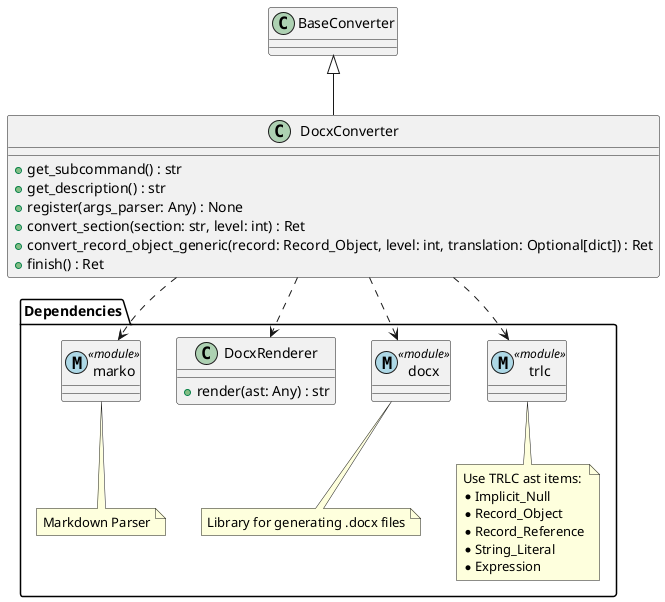
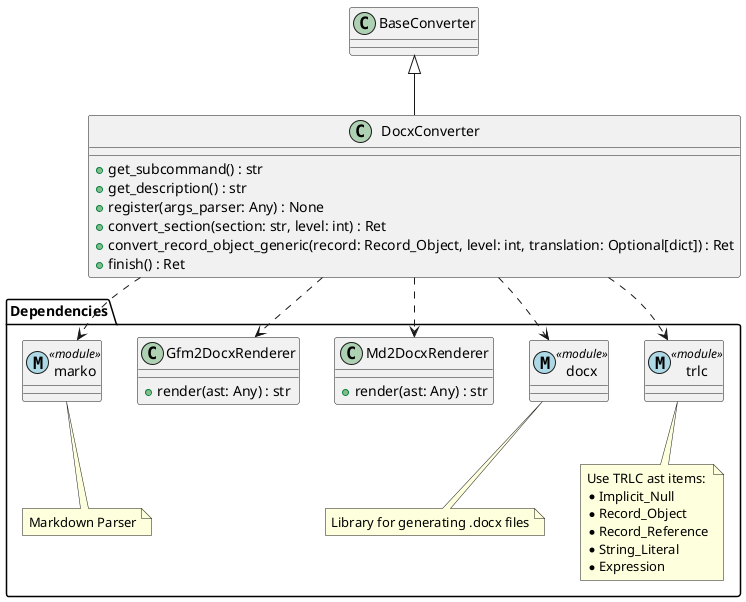
@startuml

class BaseConverter {
}

class DocxConverter extends BaseConverter {
    +get_subcommand() : str
    +get_description() : str
    +register(args_parser: Any) : None
    +convert_section(section: str, level: int) : Ret
    +convert_record_object_generic(record: Record_Object, level: int, translation: Optional[dict]) : Ret
    +finish() : Ret
}

package "Dependencies" {

    class trlc <<(M ,lightblue) module>>{
    }

    note bottom of trlc
        Use TRLC ast items:
        * Implicit_Null
        * Record_Object
        * Record_Reference
        * String_Literal
        * Expression
    end note


    class docx <<(M ,lightblue) module>>{
    }
    note bottom of docx
        Library for generating .docx files
    end note

-     class DocxRenderer {
+     class Md2DocxRenderer {
+         + render(ast: Any) : str
+     }
+ 
+     class Gfm2DocxRenderer {
        + render(ast: Any) : str
    }

    class marko <<(M ,lightblue) module>> {
    }
    note bottom of marko
        Markdown Parser
    end note
}

DocxConverter ..> trlc
DocxConverter ..> docx
- DocxConverter ..> DocxRenderer
+ DocxConverter ..> Md2DocxRenderer
+ DocxConverter ..> Gfm2DocxRenderer
DocxConverter ..> marko

@enduml